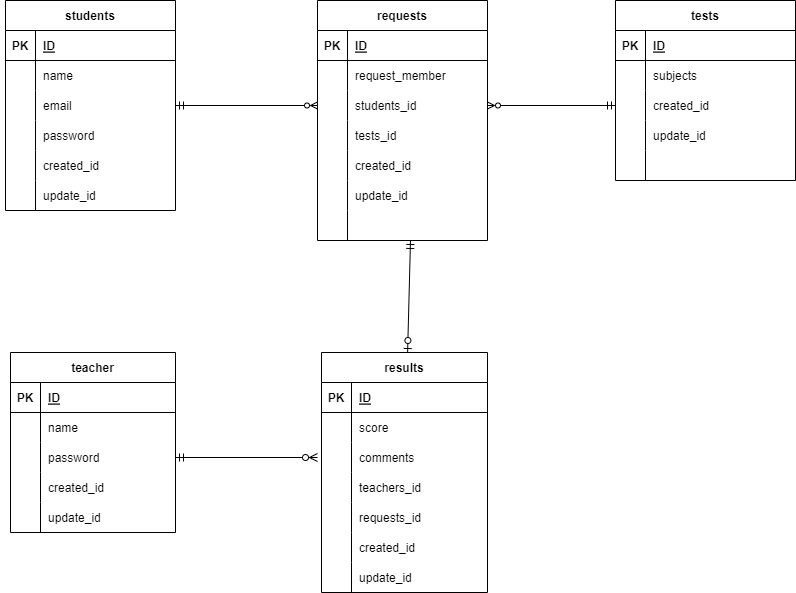
kazuyukiluck/20221204kadai keeps this draw.io diagram as 20221204_オダ.drawio.png. Above is the earlier version. Source tidied: cells renumbered, new cells last; positions are measured from the earlier drawing's top-left corner, leaving out a move shared by most shapes.
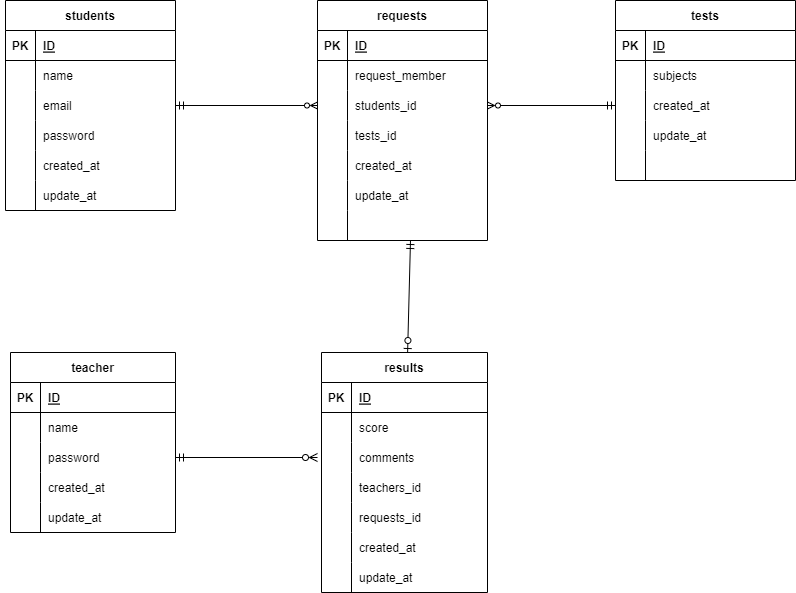
The same diagram one commit later.

The edit, as a diff of the source:
```diff
@@ -89,7 +89,7 @@
     <mxCell id="30" style="shape=partialRectangle;fillColor=none;top=0;left=0;bottom=0;right=0;overflow=hidden;" parent="29" vertex="1">
       <mxGeometry width="30" height="30" as="geometry" />
     </mxCell>
-    <mxCell id="31" value="created_id" style="shape=partialRectangle;fillColor=none;top=0;left=0;bottom=0;right=0;align=left;spacingLeft=6;overflow=hidden;" parent="29" vertex="1">
+    <mxCell id="31" value="created_at" style="shape=partialRectangle;fillColor=none;top=0;left=0;bottom=0;right=0;align=left;spacingLeft=6;overflow=hidden;" parent="29" vertex="1">
       <mxGeometry x="30" width="150" height="30" as="geometry" />
     </mxCell>
     <mxCell id="32" style="shape=partialRectangle;fillColor=none;top=0;left=0;bottom=0;right=0;" parent="22" vertex="1">
@@ -98,7 +98,7 @@
     <mxCell id="33" style="shape=partialRectangle;fillColor=none;top=0;left=0;bottom=0;right=0;overflow=hidden;" parent="32" vertex="1">
       <mxGeometry width="30" height="30" as="geometry" />
     </mxCell>
-    <mxCell id="34" value="update_id" style="shape=partialRectangle;fillColor=none;top=0;left=0;bottom=0;right=0;align=left;spacingLeft=6;overflow=hidden;" parent="32" vertex="1">
+    <mxCell id="34" value="update_at" style="shape=partialRectangle;fillColor=none;top=0;left=0;bottom=0;right=0;align=left;spacingLeft=6;overflow=hidden;" parent="32" vertex="1">
       <mxGeometry x="30" width="150" height="30" as="geometry" />
     </mxCell>
     <mxCell id="35" style="shape=partialRectangle;fillColor=none;top=0;left=0;bottom=0;right=0;" parent="22" vertex="1">
@@ -110,10 +110,10 @@
     <mxCell id="37" style="shape=partialRectangle;fillColor=none;top=0;left=0;bottom=0;right=0;align=left;spacingLeft=6;overflow=hidden;" parent="35" vertex="1">
       <mxGeometry x="30" width="150" height="30" as="geometry" />
     </mxCell>
-    <mxCell id="38" value="created_id" style="shape=partialRectangle;fillColor=none;top=0;left=0;bottom=0;right=0;align=left;spacingLeft=6;overflow=hidden;" parent="1" vertex="1">
+    <mxCell id="38" value="created_at" style="shape=partialRectangle;fillColor=none;top=0;left=0;bottom=0;right=0;align=left;spacingLeft=6;overflow=hidden;" parent="1" vertex="1">
       <mxGeometry x="30" y="150" width="150" height="30" as="geometry" />
     </mxCell>
-    <mxCell id="39" value="update_id" style="shape=partialRectangle;fillColor=none;top=0;left=0;bottom=0;right=0;align=left;spacingLeft=6;overflow=hidden;" parent="1" vertex="1">
+    <mxCell id="39" value="update_at" style="shape=partialRectangle;fillColor=none;top=0;left=0;bottom=0;right=0;align=left;spacingLeft=6;overflow=hidden;" parent="1" vertex="1">
       <mxGeometry x="30" y="180" width="150" height="30" as="geometry" />
     </mxCell>
     <mxCell id="40" value="teacher" style="shape=table;startSize=30;rowLines=0;fontStyle=1;align=center;" parent="1" vertex="1">
@@ -152,7 +152,7 @@
     <mxCell id="51" style="shape=partialRectangle;fillColor=none;top=0;left=0;bottom=0;right=0;overflow=hidden;" parent="50" vertex="1">
       <mxGeometry width="30" height="30" as="geometry" />
     </mxCell>
-    <mxCell id="52" value="created_id" style="shape=partialRectangle;fillColor=none;top=0;left=0;bottom=0;right=0;align=left;spacingLeft=6;overflow=hidden;" parent="50" vertex="1">
+    <mxCell id="52" value="created_at" style="shape=partialRectangle;fillColor=none;top=0;left=0;bottom=0;right=0;align=left;spacingLeft=6;overflow=hidden;" parent="50" vertex="1">
       <mxGeometry x="30" width="135" height="30" as="geometry" />
     </mxCell>
     <mxCell id="53" style="shape=partialRectangle;fillColor=none;top=0;left=0;bottom=0;right=0;" parent="40" vertex="1">
@@ -161,7 +161,7 @@
     <mxCell id="54" style="shape=partialRectangle;fillColor=none;top=0;left=0;bottom=0;right=0;overflow=hidden;" parent="53" vertex="1">
       <mxGeometry width="30" height="30" as="geometry" />
     </mxCell>
-    <mxCell id="55" value="update_id" style="shape=partialRectangle;fillColor=none;top=0;left=0;bottom=0;right=0;align=left;spacingLeft=6;overflow=hidden;" parent="53" vertex="1">
+    <mxCell id="55" value="update_at" style="shape=partialRectangle;fillColor=none;top=0;left=0;bottom=0;right=0;align=left;spacingLeft=6;overflow=hidden;" parent="53" vertex="1">
       <mxGeometry x="30" width="135" height="30" as="geometry" />
     </mxCell>
     <mxCell id="56" style="edgeStyle=none;html=1;entryX=0.547;entryY=1;entryDx=0;entryDy=0;entryPerimeter=0;startArrow=ERzeroToOne;startFill=0;endArrow=ERmandOne;endFill=0;" parent="1" edge="1" source="57" target="100">
@@ -221,7 +221,7 @@
     <mxCell id="74" style="shape=partialRectangle;fillColor=none;top=0;left=0;bottom=0;right=0;overflow=hidden;" parent="73" vertex="1">
       <mxGeometry width="30" height="30" as="geometry" />
     </mxCell>
-    <mxCell id="75" value="created_id" style="shape=partialRectangle;fillColor=none;top=0;left=0;bottom=0;right=0;align=left;spacingLeft=6;overflow=hidden;" parent="73" vertex="1">
+    <mxCell id="75" value="created_at" style="shape=partialRectangle;fillColor=none;top=0;left=0;bottom=0;right=0;align=left;spacingLeft=6;overflow=hidden;" parent="73" vertex="1">
       <mxGeometry x="30" width="136" height="30" as="geometry" />
     </mxCell>
     <mxCell id="76" style="shape=partialRectangle;fillColor=none;top=0;left=0;bottom=0;right=0;" parent="57" vertex="1">
@@ -230,7 +230,7 @@
     <mxCell id="77" style="shape=partialRectangle;fillColor=none;top=0;left=0;bottom=0;right=0;overflow=hidden;" parent="76" vertex="1">
       <mxGeometry width="30" height="30" as="geometry" />
     </mxCell>
-    <mxCell id="78" value="update_id" style="shape=partialRectangle;fillColor=none;top=0;left=0;bottom=0;right=0;align=left;spacingLeft=6;overflow=hidden;" parent="76" vertex="1">
+    <mxCell id="78" value="update_at" style="shape=partialRectangle;fillColor=none;top=0;left=0;bottom=0;right=0;align=left;spacingLeft=6;overflow=hidden;" parent="76" vertex="1">
       <mxGeometry x="30" width="136" height="30" as="geometry" />
     </mxCell>
     <mxCell id="79" style="edgeStyle=none;html=1;startArrow=ERmandOne;startFill=0;endArrow=ERzeroToMany;endFill=0;" parent="1" edge="1" source="47">
@@ -286,16 +286,16 @@
     <mxCell id="95" style="shape=partialRectangle;fillColor=none;top=0;left=0;bottom=0;right=0;overflow=hidden;" parent="94" vertex="1">
       <mxGeometry width="30" height="30" as="geometry" />
     </mxCell>
-    <mxCell id="96" value="created_id" style="shape=partialRectangle;fillColor=none;top=0;left=0;bottom=0;right=0;align=left;spacingLeft=6;overflow=hidden;" parent="94" vertex="1">
+    <mxCell id="96" value="created_at" style="shape=partialRectangle;fillColor=none;top=0;left=0;bottom=0;right=0;align=left;spacingLeft=6;overflow=hidden;" parent="94" vertex="1">
       <mxGeometry x="30" width="140" height="30" as="geometry" />
     </mxCell>
     <mxCell id="97" style="shape=partialRectangle;fillColor=none;top=0;left=0;bottom=0;right=0;" parent="81" vertex="1">
       <mxGeometry y="180" width="170" height="30" as="geometry" />
     </mxCell>
-    <mxCell id="98" style="shape=partialRectangle;fillColor=none;top=0;left=0;bottom=0;right=0;overflow=hidden;" parent="97" vertex="1">
+    <mxCell id="98" value="&#10;&#10;&lt;span style=&quot;color: rgb(240, 240, 240); font-family: helvetica; font-size: 12px; font-style: normal; font-weight: 400; letter-spacing: normal; text-align: left; text-indent: 0px; text-transform: none; word-spacing: 0px; background-color: rgb(42, 42, 42); display: inline; float: none;&quot;&gt;update_at&lt;/span&gt;&#10;&#10;" style="shape=partialRectangle;fillColor=none;top=0;left=0;bottom=0;right=0;overflow=hidden;" parent="97" vertex="1">
       <mxGeometry width="30" height="30" as="geometry" />
     </mxCell>
-    <mxCell id="99" value="update_id" style="shape=partialRectangle;fillColor=none;top=0;left=0;bottom=0;right=0;align=left;spacingLeft=6;overflow=hidden;" parent="97" vertex="1">
+    <mxCell id="99" value="update_at" style="shape=partialRectangle;fillColor=none;top=0;left=0;bottom=0;right=0;align=left;spacingLeft=6;overflow=hidden;" parent="97" vertex="1">
       <mxGeometry x="30" width="140" height="30" as="geometry" />
     </mxCell>
     <mxCell id="100" style="shape=partialRectangle;fillColor=none;top=0;left=0;bottom=0;right=0;points=[[0,0.5],[1,0.5]];portConstraint=eastwest;" parent="81" vertex="1">
```
